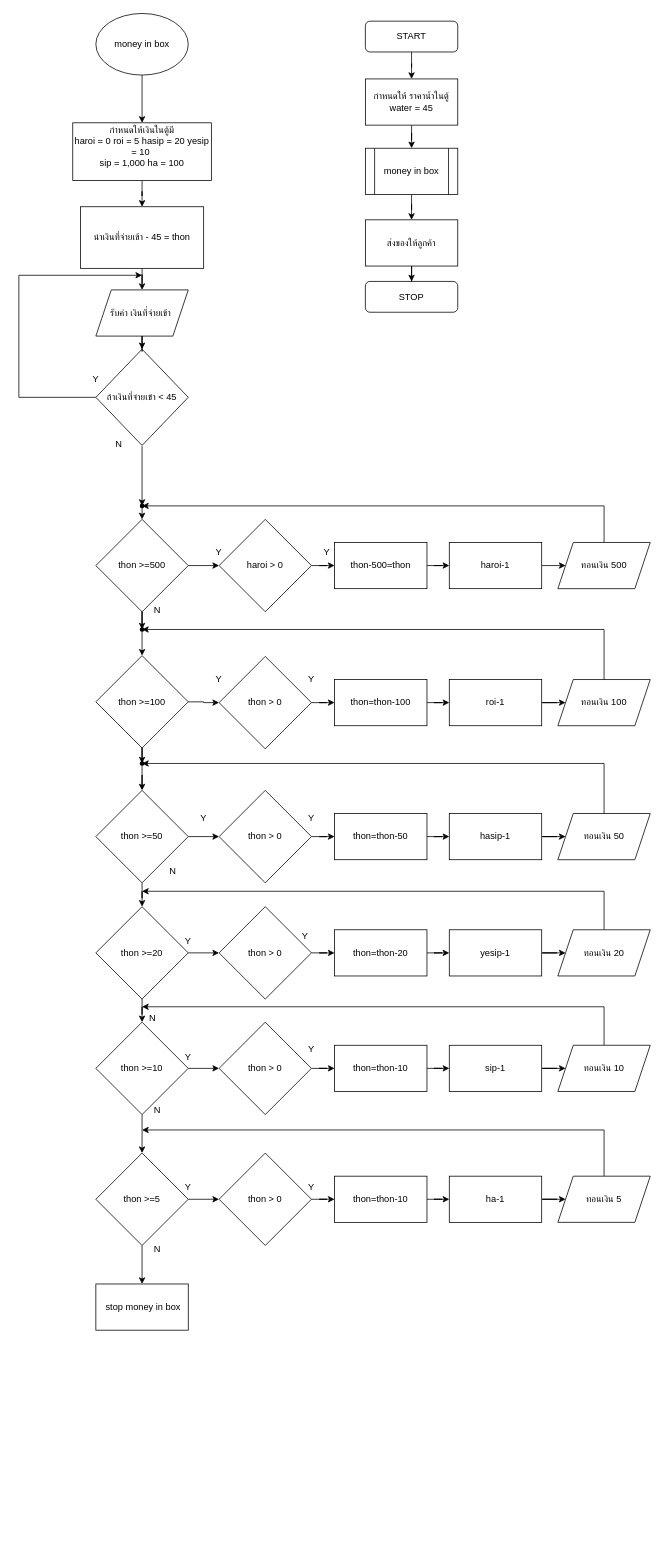
Above: LAB2.drawio in wallradon/ENGCC304 (draw.io), before the change. Source tidied: cells renumbered, new cells numbered last; positions are measured from the earlier drawing's top-left corner, leaving out a move shared by most shapes. Both pictures are drawn from the tidied source at 77%, with x=0, y=0 at pixel (18, 13).
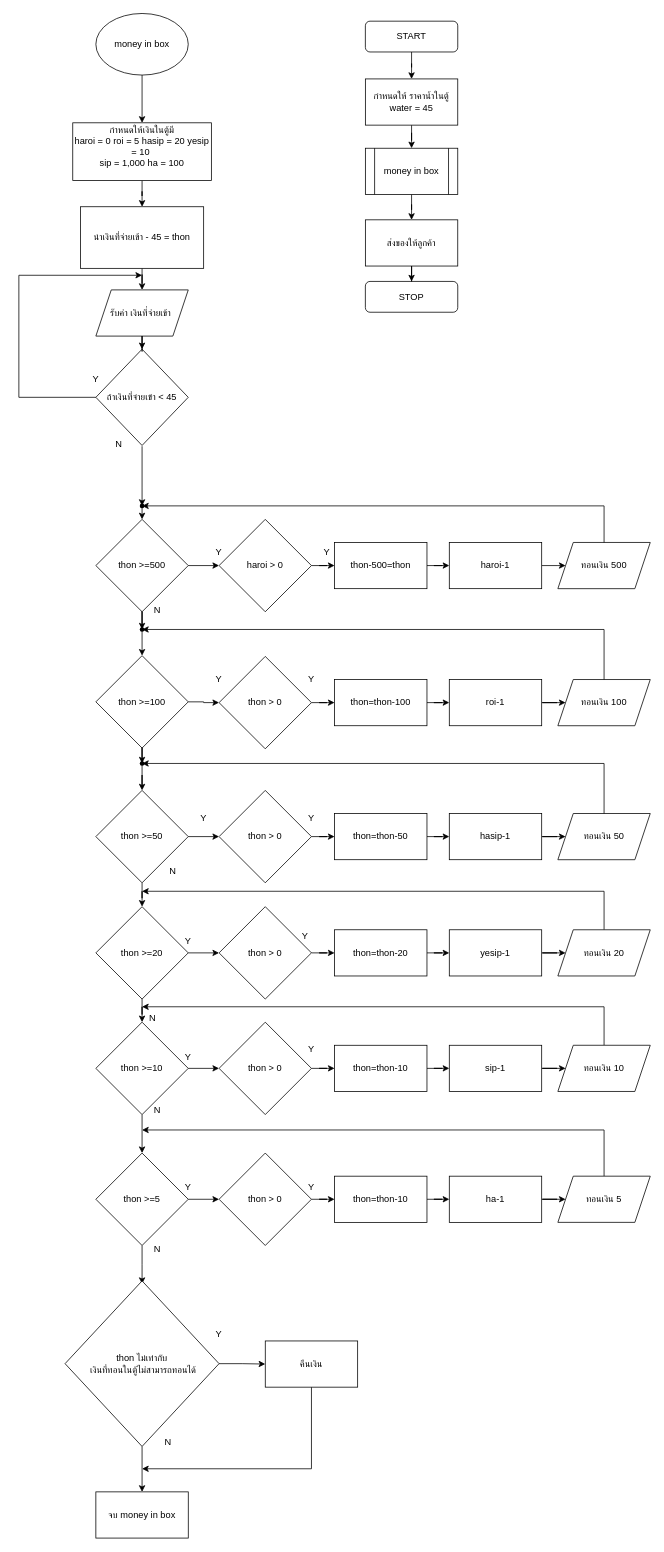
Above is the later version.

Unchanged cells that the change refers to:
```xml
<mxCell id="93" value="thon &amp;gt;=5" style="rhombus;whiteSpace=wrap;html=1;" parent="1" vertex="1">
  <mxGeometry x="100" y="1480" width="120" height="120" as="geometry" />
</mxCell>
```

What changed in the source:
```diff
@@
-    <mxCell id="92" style="edgeStyle=orthogonalEdgeStyle;rounded=0;jettySize=auto;html=1;entryX=0.5;entryY=0;entryDx=0;entryDy=0;" parent="1" edge="1" source="93" target="102">
-      <mxGeometry relative="1" as="geometry" />
+    <mxCell id="92" style="edgeStyle=orthogonalEdgeStyle;rounded=0;jettySize=auto;html=1;entryX=0.5;entryY=0;entryDx=0;entryDy=0;" parent="1" edge="1" source="93">
+      <mxGeometry relative="1" as="geometry">
+        <mxPoint x="160" y="1650" as="targetPoint" />
+      </mxGeometry>
     </mxCell>
@@
-    <mxCell id="102" value="&amp;nbsp;stop money in box" style="rounded=0;whiteSpace=wrap;html=1;" parent="1" vertex="1">
-      <mxGeometry x="100" y="1650" width="120" height="60" as="geometry" />
-    </mxCell>
@@
+    <mxCell id="115" style="edgeStyle=orthogonalEdgeStyle;rounded=0;jettySize=auto;html=1;entryX=0.5;entryY=0;entryDx=0;entryDy=0;" parent="1" edge="1" source="117" target="122">
+      <mxGeometry relative="1" as="geometry" />
+    </mxCell>
+    <mxCell id="116" style="edgeStyle=orthogonalEdgeStyle;rounded=0;jettySize=auto;html=1;entryX=0;entryY=0.5;entryDx=0;entryDy=0;" parent="1" edge="1" source="117" target="121">
+      <mxGeometry relative="1" as="geometry" />
+    </mxCell>
+    <mxCell id="117" value="thon ไม่เท่ากับ&lt;div&gt;&amp;nbsp;เงินที่ทอนในตู้ไม่สามารถทอนได้&lt;/div&gt;" style="rhombus;whiteSpace=wrap;html=1;" parent="1" vertex="1">
+      <mxGeometry x="60" y="1646" width="200" height="215" as="geometry" />
+    </mxCell>
+    <mxCell id="118" value="N" style="text;html=1;align=center;verticalAlign=middle;whiteSpace=wrap;rounded=0;" parent="1" vertex="1">
+      <mxGeometry x="184" y="1840" width="20" height="30" as="geometry" />
+    </mxCell>
+    <mxCell id="119" value="Y" style="text;html=1;align=center;verticalAlign=middle;whiteSpace=wrap;rounded=0;" parent="1" vertex="1">
+      <mxGeometry x="230" y="1700" width="60" height="30" as="geometry" />
+    </mxCell>
+    <mxCell id="120" style="edgeStyle=orthogonalEdgeStyle;rounded=0;jettySize=auto;html=1;" parent="1" edge="1" source="121">
+      <mxGeometry relative="1" as="geometry">
+        <mxPoint x="160" y="1890" as="targetPoint" />
+        <Array as="points">
+          <mxPoint x="380" y="1890" />
+        </Array>
+      </mxGeometry>
+    </mxCell>
+    <mxCell id="121" value="คืนเงิน" style="rounded=0;whiteSpace=wrap;html=1;" parent="1" vertex="1">
+      <mxGeometry x="320" y="1724" width="120" height="60" as="geometry" />
+    </mxCell>
+    <mxCell id="122" value="จบ money in box" style="rounded=0;whiteSpace=wrap;html=1;" parent="1" vertex="1">
+      <mxGeometry x="100" y="1920" width="120" height="60" as="geometry" />
+    </mxCell>
```
